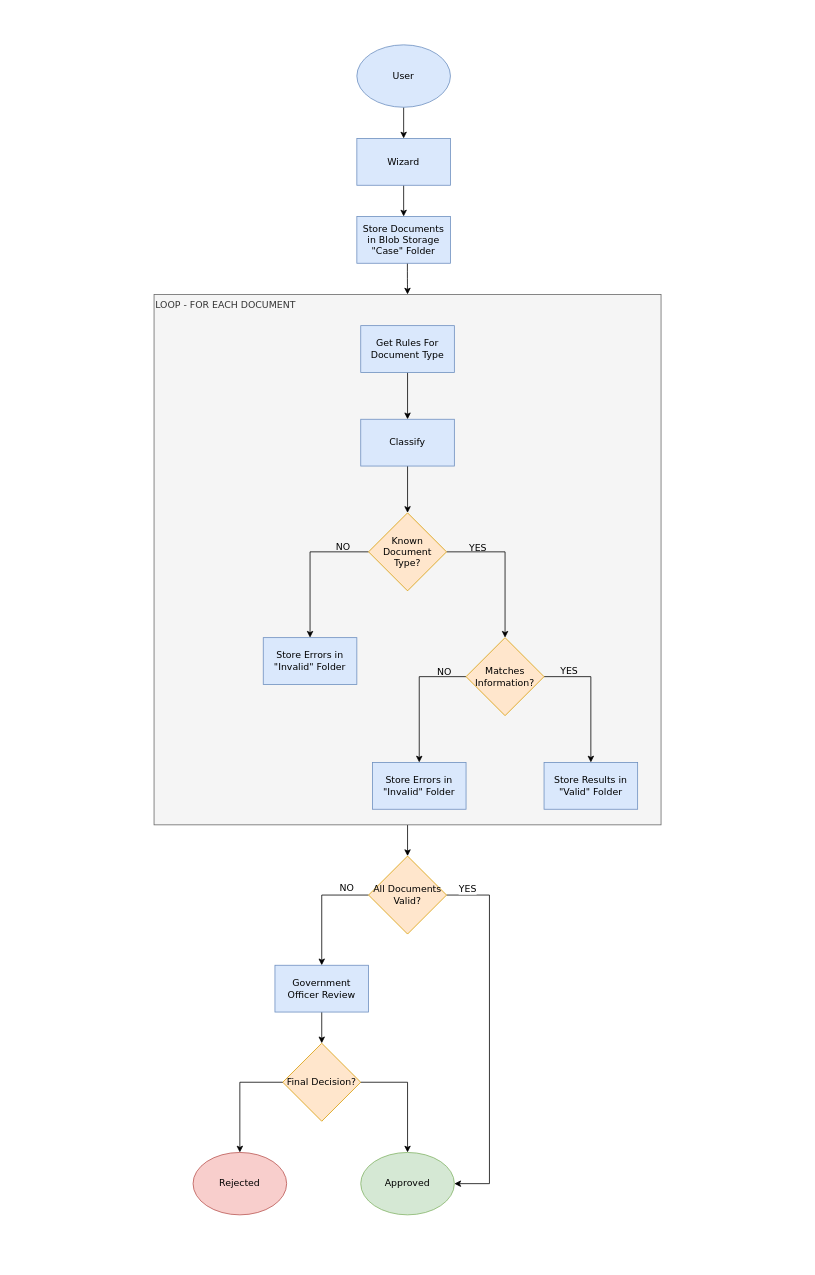
The draw.io diagram page "Wave 9 and 10. Flow Diagram" (13 of 13) of AI.drawio in user11081980/temp, before the edit. Source tidied: cells renumbered, new cells numbered last; positions are measured from the earlier drawing's top-left corner, leaving out a move shared by most shapes. Both pictures are drawn from the tidied source at 78%, with x=0, y=0 at pixel (154, 44).
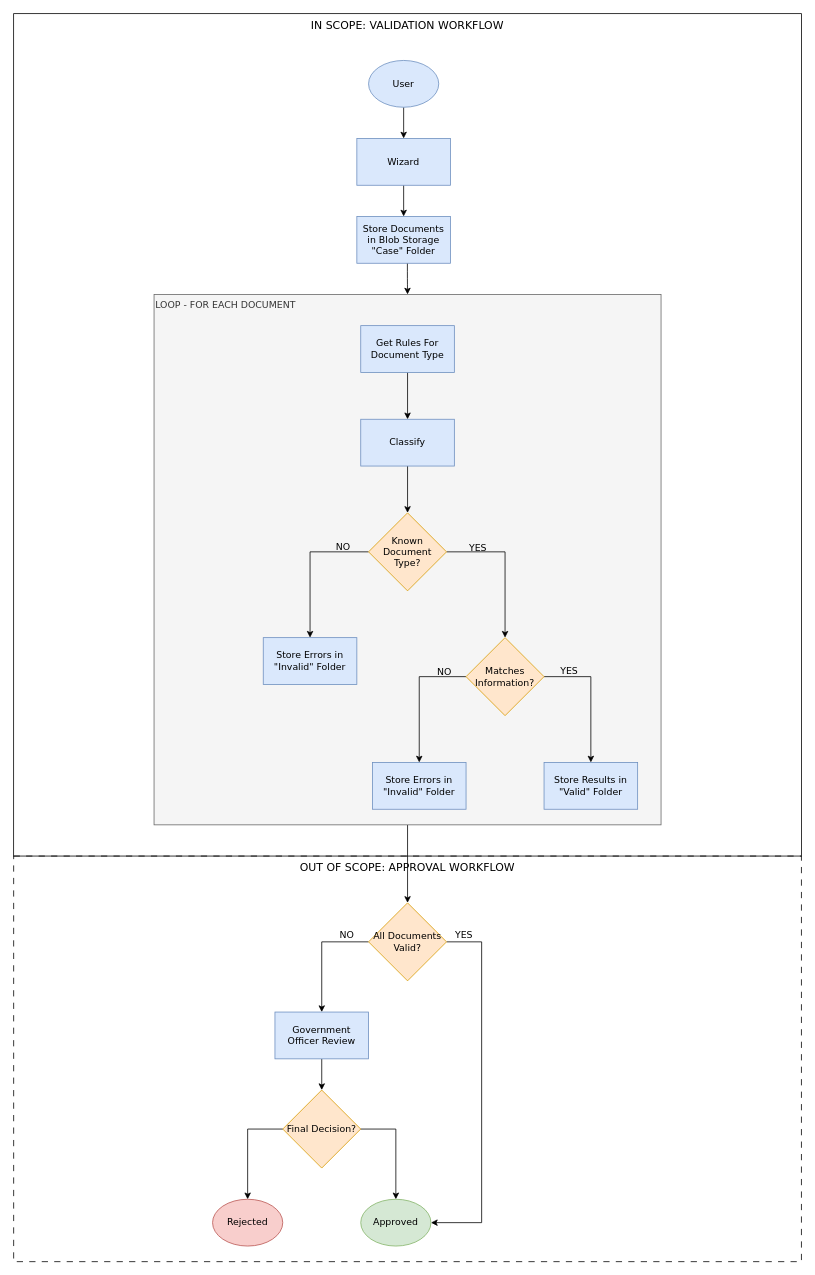
The same diagram, later.

Unchanged cells that the change refers to:
```xml
<mxCell id="5" value="Wizard" style="rounded=0;whiteSpace=wrap;html=1;fillColor=#dae8fc;strokeColor=#6c8ebf;fontFamily=Verdana;fontSize=12;" parent="1" vertex="1">
  <mxGeometry x="260" y="120" width="120" height="60" as="geometry" />
</mxCell>
```

What changed in the source:
```diff
@@
+    <mxCell id="39" value="&lt;font style=&quot;font-size: 14px;&quot;&gt;OUT OF SCOPE: APPROVAL WORKFLOW&lt;/font&gt;" style="rounded=0;whiteSpace=wrap;html=1;fontFamily=Verdana;fillColor=none;dashed=1;dashPattern=8 8;align=center;verticalAlign=top;" parent="1" vertex="1">
+      <mxGeometry x="-180" y="1040" width="1010" height="520" as="geometry" />
+    </mxCell>
+    <mxCell id="40" value="&lt;font style=&quot;font-size: 14px;&quot;&gt;IN SCOPE: VALIDATION WORKFLOW&lt;/font&gt;" style="rounded=0;whiteSpace=wrap;html=1;fontFamily=Verdana;fillColor=none;align=center;verticalAlign=top;" parent="1" vertex="1">
+      <mxGeometry x="-180" y="-40" width="1010" height="1080" as="geometry" />
+    </mxCell>
@@
     <mxCell id="27" value="Government Officer Review" style="rounded=0;whiteSpace=wrap;html=1;fillColor=#dae8fc;strokeColor=#6c8ebf;fontFamily=Verdana;fontSize=12;" parent="1" vertex="1">
-      <mxGeometry x="155" y="1180" width="120" height="60" as="geometry" />
+      <mxGeometry x="155" y="1240" width="120" height="60" as="geometry" />
     </mxCell>
     <mxCell id="28" style="edgeStyle=orthogonalEdgeStyle;html=1;entryX=1;entryY=0.5;entryDx=0;entryDy=0;fontFamily=Verdana;rounded=0;curved=0;exitX=1;exitY=0.5;exitDx=0;exitDy=0;" parent="1" edge="1" source="30" target="36">
       <mxGeometry relative="1" as="geometry">
         <Array as="points">
-          <mxPoint x="430" y="1090" />
-          <mxPoint x="430" y="1460" />
+          <mxPoint x="420" y="1150" />
+          <mxPoint x="420" y="1510" />
         </Array>
       </mxGeometry>
     </mxCell>
-    <mxCell id="29" value="YES" style="edgeLabel;html=1;align=center;verticalAlign=bottom;fontFamily=Verdana;fontSize=12;" parent="28" vertex="1">
-      <mxGeometry x="-0.89" y="-1" relative="1" as="geometry" />
+    <mxCell id="29" value="YES" style="edgeLabel;html=1;align=center;verticalAlign=bottom;fontFamily=Verdana;labelBackgroundColor=none;fontSize=12;" parent="28" vertex="1">
+      <mxGeometry x="-0.91" relative="1" as="geometry" />
     </mxCell>
     <mxCell id="30" value="All Documents Valid?" style="rhombus;whiteSpace=wrap;html=1;fillColor=#ffe6cc;strokeColor=#d79b00;fontFamily=Verdana;fontSize=12;" parent="1" vertex="1">
-      <mxGeometry x="275" y="1040" width="100" height="100" as="geometry" />
+      <mxGeometry x="275" y="1100" width="100" height="100" as="geometry" />
     </mxCell>
     <mxCell id="31" value="Final Decision?" style="rhombus;whiteSpace=wrap;html=1;fillColor=#ffe6cc;strokeColor=#d79b00;fontFamily=Verdana;fontSize=12;" parent="1" vertex="1">
-      <mxGeometry x="165" y="1280" width="100" height="100" as="geometry" />
+      <mxGeometry x="165" y="1340" width="100" height="100" as="geometry" />
     </mxCell>
@@
+    <mxCell id="35" style="edgeStyle=orthogonalEdgeStyle;html=1;fontFamily=Verdana;rounded=0;curved=0;exitX=1;exitY=0.5;exitDx=0;exitDy=0;entryX=0.5;entryY=0;entryDx=0;entryDy=0;" parent="1" edge="1" source="31" target="36">
+      <mxGeometry relative="1" as="geometry" />
+    </mxCell>
+    <mxCell id="37" style="edgeStyle=orthogonalEdgeStyle;html=1;fontFamily=Verdana;rounded=0;curved=0;exitX=0;exitY=0.5;exitDx=0;exitDy=0;entryX=0.5;entryY=0;entryDx=0;entryDy=0;" parent="1" edge="1" source="31" target="38">
+      <mxGeometry relative="1" as="geometry" />
+    </mxCell>
-    <mxCell id="33" style="edgeStyle=orthogonalEdgeStyle;html=1;entryX=0.5;entryY=0;entryDx=0;entryDy=0;fontFamily=Verdana;" parent="1" edge="1" source="34" target="5">
+    <mxCell id="33" style="edgeStyle=none;html=1;entryX=0.5;entryY=0;entryDx=0;entryDy=0;fontFamily=Verdana;" parent="1" edge="1" source="34" target="5">
       <mxGeometry relative="1" as="geometry" />
     </mxCell>
     <mxCell id="34" value="User" style="ellipse;whiteSpace=wrap;html=1;fontFamily=Verdana;fillColor=#dae8fc;strokeColor=#6c8ebf;" parent="1" vertex="1">
-      <mxGeometry x="260" width="120" height="80" as="geometry" />
+      <mxGeometry x="275" y="20" width="90" height="60" as="geometry" />
     </mxCell>
-    <mxCell id="35" style="edgeStyle=orthogonalEdgeStyle;html=1;fontFamily=Verdana;rounded=0;curved=0;exitX=1;exitY=0.5;exitDx=0;exitDy=0;" parent="1" edge="1" source="31" target="36">
-      <mxGeometry relative="1" as="geometry" />
-    </mxCell>
     <mxCell id="36" value="Approved" style="ellipse;whiteSpace=wrap;html=1;fontFamily=Verdana;fillColor=#d5e8d4;strokeColor=#82b366;" parent="1" vertex="1">
-      <mxGeometry x="265" y="1420" width="120" height="80" as="geometry" />
+      <mxGeometry x="265" y="1480" width="90" height="60" as="geometry" />
     </mxCell>
-    <mxCell id="37" style="edgeStyle=orthogonalEdgeStyle;html=1;fontFamily=Verdana;rounded=0;curved=0;exitX=0;exitY=0.5;exitDx=0;exitDy=0;" parent="1" edge="1" source="31" target="38">
-      <mxGeometry relative="1" as="geometry" />
-    </mxCell>
     <mxCell id="38" value="Rejected" style="ellipse;whiteSpace=wrap;html=1;fontFamily=Verdana;fillColor=#f8cecc;strokeColor=#b85450;" parent="1" vertex="1">
-      <mxGeometry x="50" y="1420" width="120" height="80" as="geometry" />
+      <mxGeometry x="75" y="1480" width="90" height="60" as="geometry" />
     </mxCell>
```
